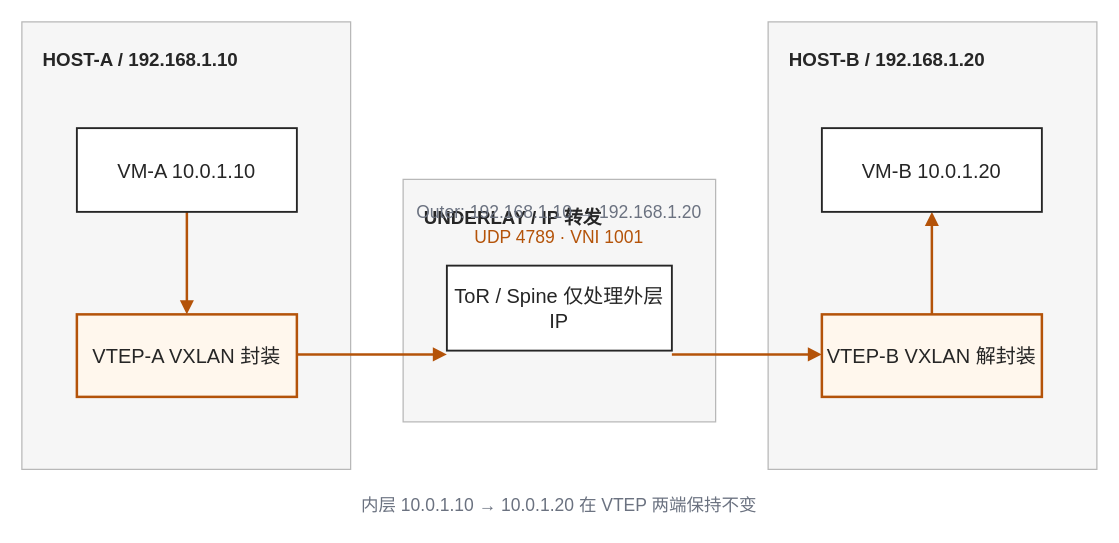
Earlier version of the draw.io diagram diagrams/vxlan-encapsulation.drawio (cafebeef1/cafebeef1.github.io). Source tidied: cells renumbered, new cells numbered last; positions are measured from the earlier drawing's top-left corner, leaving out a move shared by most shapes. Both pictures are drawn from the tidied source at 125%, with x=0, y=0 at pixel (21, 21).
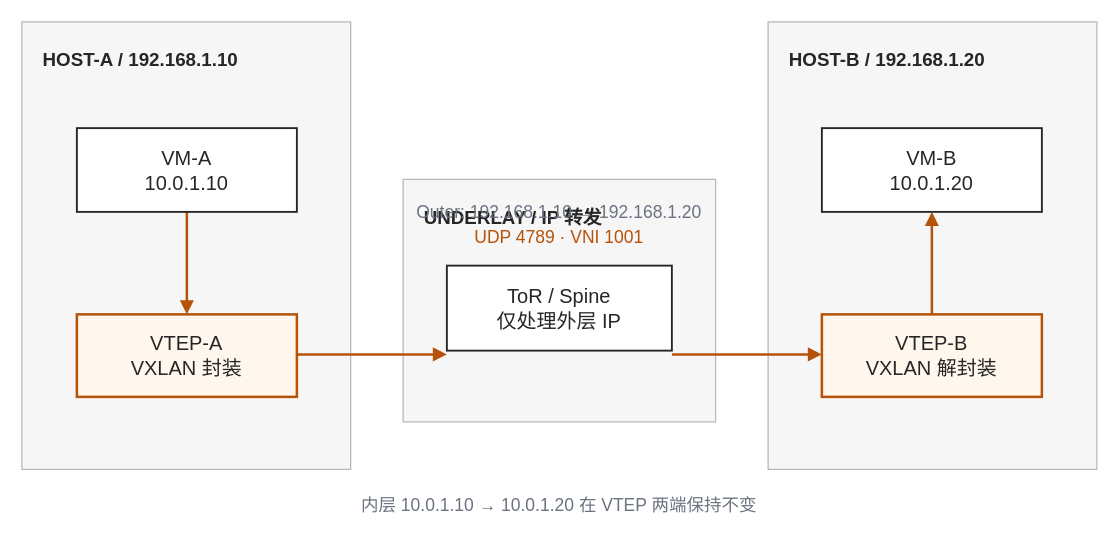
After the change.

The edit, as a diff of the source:
```diff
@@
-    <mxCell id="9" value="VM-A 10.0.1.10" style="rounded=0;whiteSpace=wrap;html=0;fillColor=#fff;strokeColor=#262626;strokeWidth=1.5;fontSize=16;fontColor=#262626;align=center;verticalAlign=middle;spacing=5;" parent="1" vertex="1">
+    <mxCell id="9" value="VM-A&#10;10.0.1.10" style="rounded=0;whiteSpace=wrap;html=0;fillColor=#fff;strokeColor=#262626;strokeWidth=1.5;fontSize=16;fontColor=#262626;align=center;verticalAlign=middle;spacing=5;" parent="1" vertex="1">
       <mxGeometry x="44" y="85" width="176" height="67" as="geometry" />
     </mxCell>
-    <mxCell id="10" value="VM-B 10.0.1.20" style="rounded=0;whiteSpace=wrap;html=0;fillColor=#fff;strokeColor=#262626;strokeWidth=1.5;fontSize=16;fontColor=#262626;align=center;verticalAlign=middle;spacing=5;" parent="1" vertex="1">
+    <mxCell id="10" value="VM-B&#10;10.0.1.20" style="rounded=0;whiteSpace=wrap;html=0;fillColor=#fff;strokeColor=#262626;strokeWidth=1.5;fontSize=16;fontColor=#262626;align=center;verticalAlign=middle;spacing=5;" parent="1" vertex="1">
       <mxGeometry x="640" y="85" width="176" height="67" as="geometry" />
     </mxCell>
-    <mxCell id="11" value="VTEP-A VXLAN 封装" style="rounded=0;whiteSpace=wrap;html=0;fillColor=#fff7ed;strokeColor=#b45309;strokeWidth=2;fontSize=16;fontColor=#262626;align=center;verticalAlign=middle;spacing=5;" parent="1" vertex="1">
+    <mxCell id="11" value="VTEP-A&#10;VXLAN 封装" style="rounded=0;whiteSpace=wrap;html=0;fillColor=#fff7ed;strokeColor=#b45309;strokeWidth=2;fontSize=16;fontColor=#262626;align=center;verticalAlign=middle;spacing=5;" parent="1" vertex="1">
       <mxGeometry x="44" y="234" width="176" height="66" as="geometry" />
     </mxCell>
-    <mxCell id="12" value="VTEP-B VXLAN 解封装" style="rounded=0;whiteSpace=wrap;html=0;fillColor=#fff7ed;strokeColor=#b45309;strokeWidth=2;fontSize=16;fontColor=#262626;align=center;verticalAlign=middle;spacing=5;" parent="1" vertex="1">
+    <mxCell id="12" value="VTEP-B&#10;VXLAN 解封装" style="rounded=0;whiteSpace=wrap;html=0;fillColor=#fff7ed;strokeColor=#b45309;strokeWidth=2;fontSize=16;fontColor=#262626;align=center;verticalAlign=middle;spacing=5;" parent="1" vertex="1">
       <mxGeometry x="640" y="234" width="176" height="66" as="geometry" />
     </mxCell>
-    <mxCell id="13" value="ToR / Spine 仅处理外层 IP" style="rounded=0;whiteSpace=wrap;html=0;fillColor=#fff;strokeColor=#262626;strokeWidth=1.5;fontSize=16;fontColor=#262626;align=center;verticalAlign=middle;spacing=5;" parent="1" vertex="1">
+    <mxCell id="13" value="ToR / Spine&#10;仅处理外层 IP" style="rounded=0;whiteSpace=wrap;html=0;fillColor=#fff;strokeColor=#262626;strokeWidth=1.5;fontSize=16;fontColor=#262626;align=center;verticalAlign=middle;spacing=5;" parent="1" vertex="1">
       <mxGeometry x="340" y="195" width="180" height="68" as="geometry" />
     </mxCell>
```
